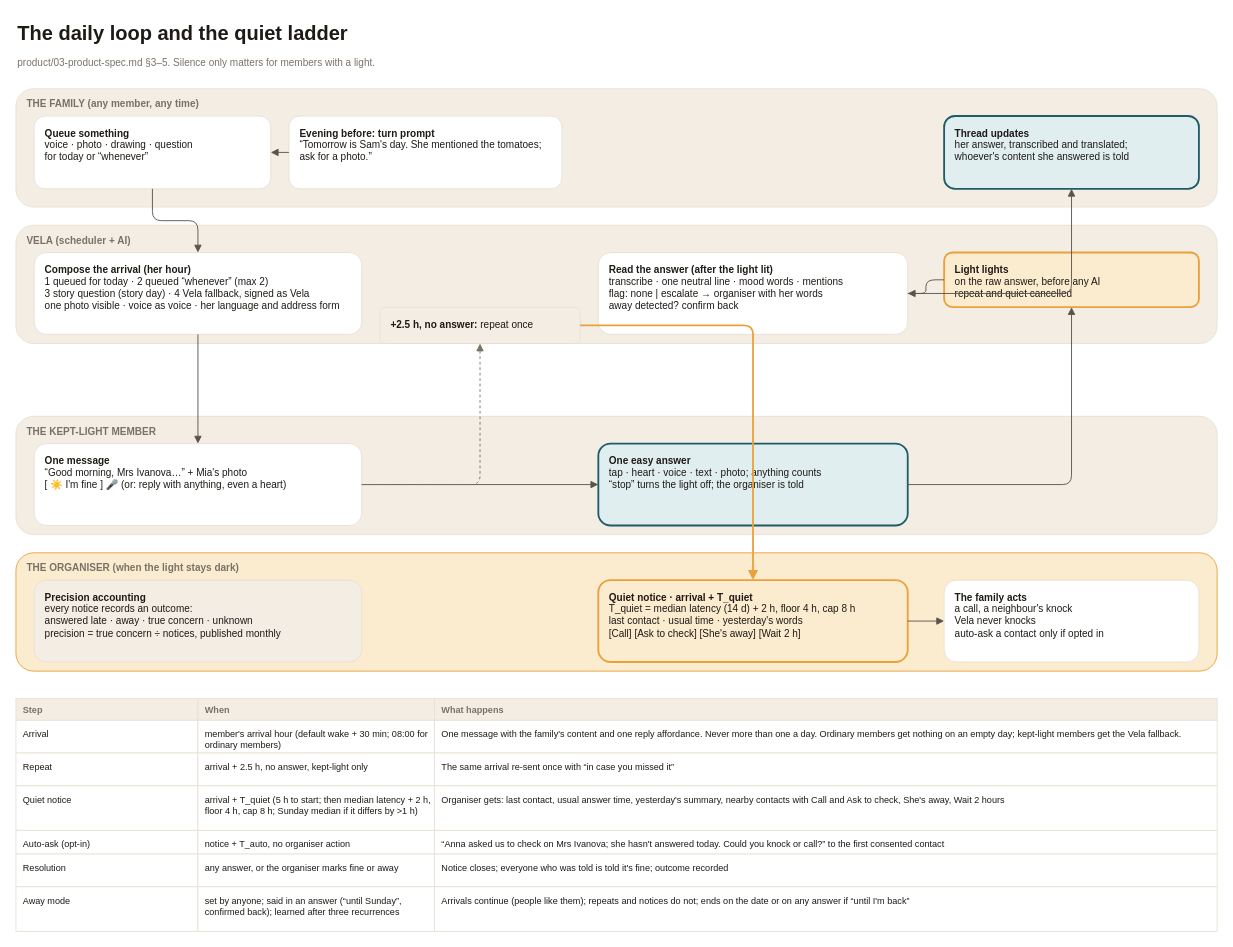
Earlier version of the draw.io diagram page "3.2 · The daily loop" (10 of 34) of design/diagrams/master-plan.drawio (taiusheev/vela). Source tidied: cells renumbered, new cells numbered last; positions are measured from the earlier drawing's top-left corner, leaving out a move shared by most shapes. Both pictures are drawn from the tidied source at 91%, with x=0, y=0 at pixel (15, 15).
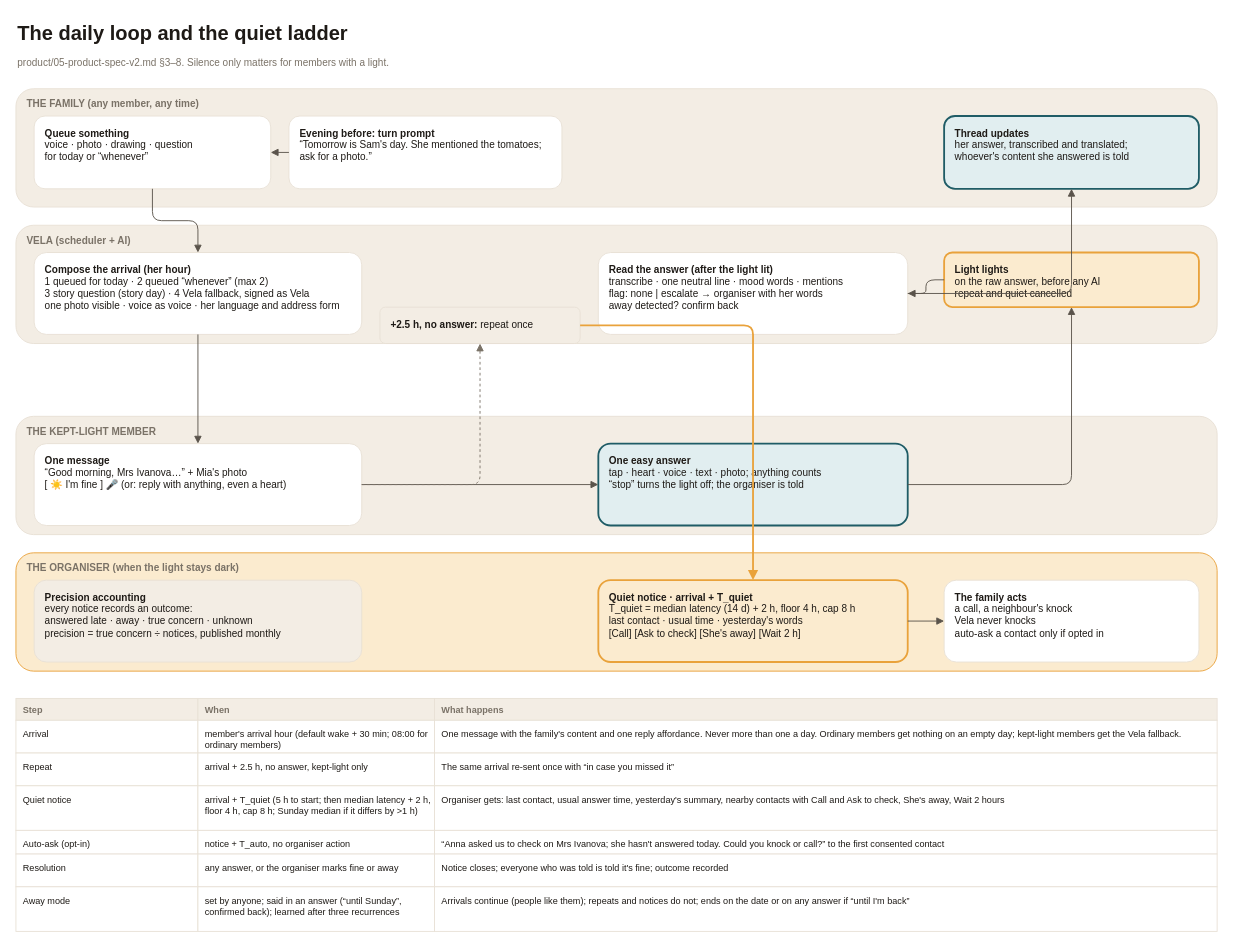
The same page after the edit.

Diff of the diagram source:
```diff
@@
-    <mxCell id="3" value="product/03-product-spec.md §3–5. Silence only matters for members with a light." style="text;html=1;align=left;verticalAlign=top;fontSize=11;fontColor=#7A7267;whiteSpace=wrap;" parent="1" vertex="1">
+    <mxCell id="3" value="product/05-product-spec-v2.md §3–8. Silence only matters for members with a light." style="text;html=1;align=left;verticalAlign=top;fontSize=11;fontColor=#7A7267;whiteSpace=wrap;" parent="1" vertex="1">
       <mxGeometry y="38" width="1300" height="30" as="geometry" />
     </mxCell>
```
